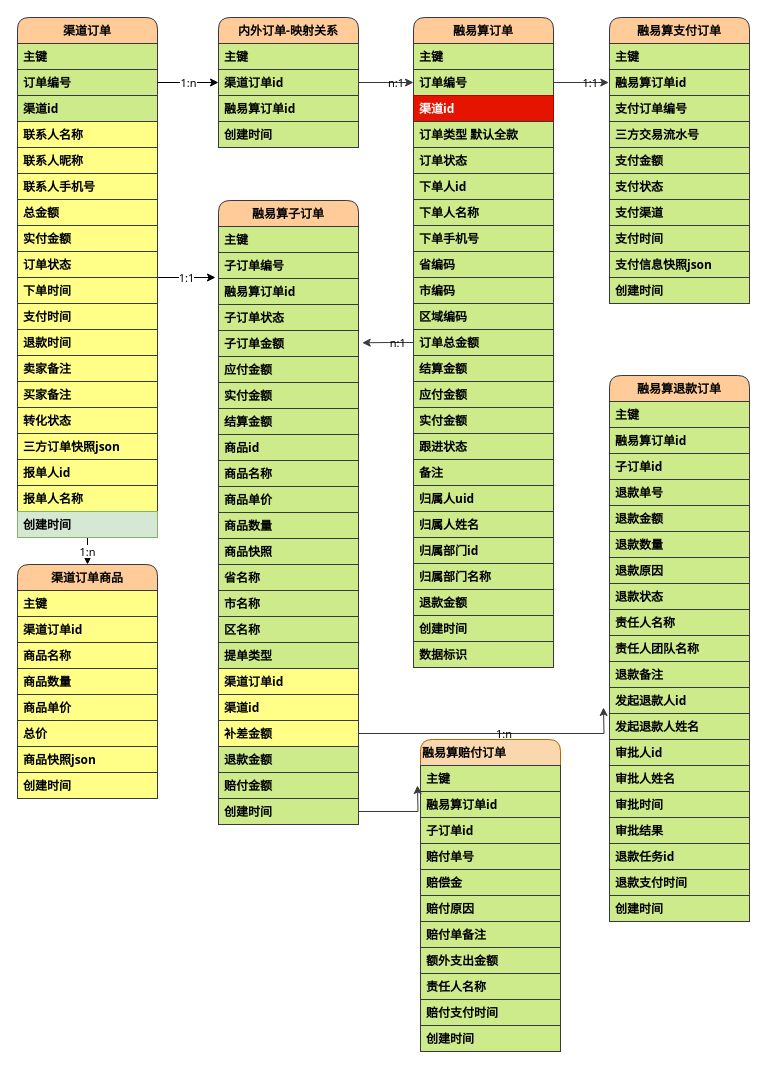
This is 渠道订单DB.drawio from zhaoershuang/flow-chart, a draw.io file, before an edit. Source tidied: cells renumbered, new cells numbered last; positions are measured from the earlier drawing's top-left corner, leaving out a move shared by most shapes. Both pictures are drawn from the tidied source at 100%, with x=0, y=0 at pixel (17, 17).
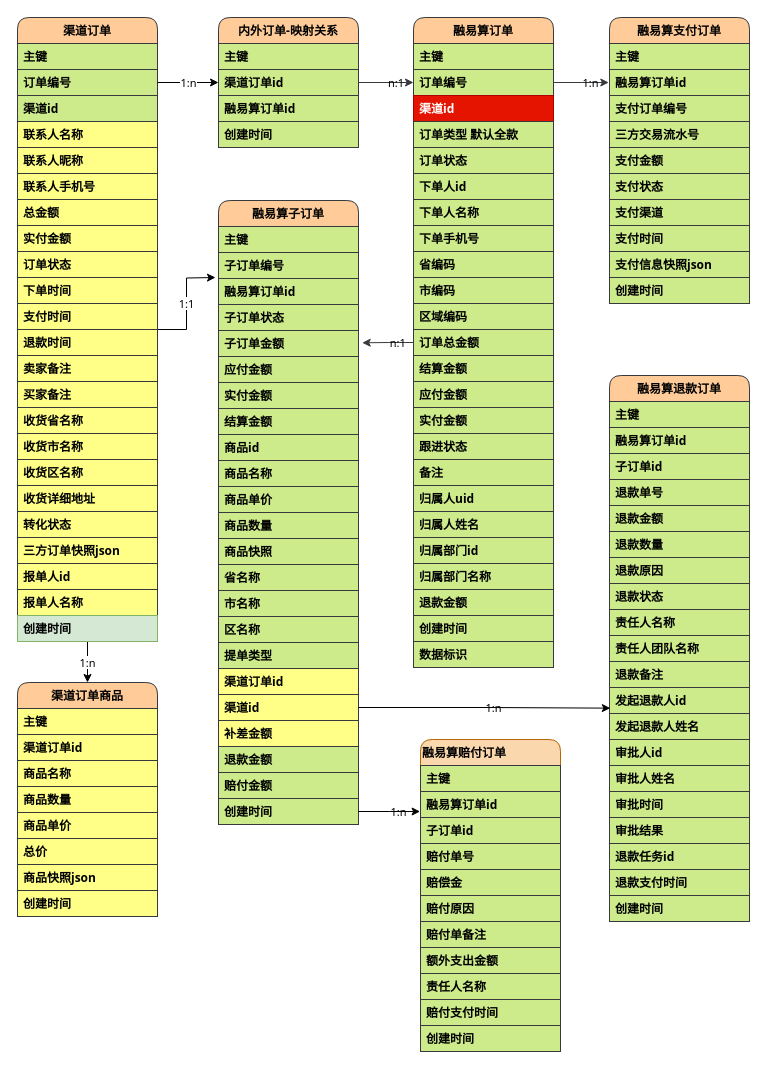
The same diagram, later.

Commit message:
更新渠道订单DB.drawio

Unchanged cells that the change refers to:
```xml
<mxCell id="42" value="订单编号" style="text;align=left;verticalAlign=top;spacingLeft=4;spacingRight=4;overflow=hidden;points=[[0,0.5],[1,0.5]];portConstraint=eastwest;fontStyle=1;fontFamily=Tahoma;fillColor=#cdeb8b;strokeColor=#36393d;labelBackgroundColor=none;labelBorderColor=none;shadow=0;" parent="40" vertex="1">
  <mxGeometry y="52" width="140" height="26" as="geometry" />
</mxCell>
<mxCell id="85" value="渠道id" style="text;align=left;verticalAlign=top;spacingLeft=4;spacingRight=4;overflow=hidden;points=[[0,0.5],[1,0.5]];portConstraint=eastwest;fontStyle=1;fontFamily=Tahoma;fillColor=#ffff88;strokeColor=#36393d;labelBackgroundColor=none;labelBorderColor=none;shadow=0;" parent="66" vertex="1">
  <mxGeometry y="494" width="140" height="26" as="geometry" />
</mxCell>
<mxCell id="86" value="补差金额" style="text;align=left;verticalAlign=top;spacingLeft=4;spacingRight=4;overflow=hidden;points=[[0,0.5],[1,0.5]];portConstraint=eastwest;fontStyle=1;fontFamily=Tahoma;fillColor=#ffff88;strokeColor=#36393d;labelBackgroundColor=none;labelBorderColor=none;shadow=0;" parent="66" vertex="1">
  <mxGeometry y="520" width="140" height="26" as="geometry" />
</mxCell>
<mxCell id="89" value="创建时间" style="text;align=left;verticalAlign=top;spacingLeft=4;spacingRight=4;overflow=hidden;points=[[0,0.5],[1,0.5]];portConstraint=eastwest;fontStyle=1;fontFamily=Tahoma;fillColor=#cdeb8b;strokeColor=#36393d;labelBackgroundColor=none;labelBorderColor=none;shadow=0;" parent="66" vertex="1">
  <mxGeometry y="598" width="140" height="26" as="geometry" />
</mxCell>
<mxCell id="114" value="发起退款人id" style="text;align=left;verticalAlign=top;spacingLeft=4;spacingRight=4;overflow=hidden;points=[[0,0.5],[1,0.5]];portConstraint=eastwest;fontStyle=1;fontFamily=Tahoma;fillColor=#cdeb8b;strokeColor=#36393d;labelBackgroundColor=none;labelBorderColor=none;shadow=0;" parent="102" vertex="1">
  <mxGeometry y="312" width="140" height="26" as="geometry" />
</mxCell>
```

What changed in the source:
```diff
@@
     <mxCell id="4" value="渠道订单" style="swimlane;fontStyle=1;horizontal=1;startSize=26;rounded=1;sketch=0;swimlaneFillColor=none;fontFamily=Tahoma;fillColor=#ffcc99;strokeColor=#36393d;" parent="1" vertex="1">
-      <mxGeometry width="140" height="520" as="geometry" />
+      <mxGeometry width="140" height="624" as="geometry" />
     </mxCell>
@@
+    <mxCell id="137" value="收货省名称" style="text;align=left;verticalAlign=top;spacingLeft=4;spacingRight=4;overflow=hidden;fontStyle=1;fontFamily=Tahoma;fillColor=#ffff88;strokeColor=#36393d;" parent="4" vertex="1">
+      <mxGeometry y="390" width="140" height="26" as="geometry" />
+    </mxCell>
+    <mxCell id="138" value="收货市名称" style="text;align=left;verticalAlign=top;spacingLeft=4;spacingRight=4;overflow=hidden;fontStyle=1;fontFamily=Tahoma;fillColor=#ffff88;strokeColor=#36393d;" parent="4" vertex="1">
+      <mxGeometry y="416" width="140" height="26" as="geometry" />
+    </mxCell>
+    <mxCell id="139" value="收货区名称" style="text;align=left;verticalAlign=top;spacingLeft=4;spacingRight=4;overflow=hidden;fontStyle=1;fontFamily=Tahoma;fillColor=#ffff88;strokeColor=#36393d;" parent="4" vertex="1">
+      <mxGeometry y="442" width="140" height="26" as="geometry" />
+    </mxCell>
+    <mxCell id="140" value="收货详细地址" style="text;align=left;verticalAlign=top;spacingLeft=4;spacingRight=4;overflow=hidden;fontStyle=1;fontFamily=Tahoma;fillColor=#ffff88;strokeColor=#36393d;" parent="4" vertex="1">
+      <mxGeometry y="468" width="140" height="26" as="geometry" />
+    </mxCell>
     <mxCell id="19" value="转化状态" style="text;align=left;verticalAlign=top;spacingLeft=4;spacingRight=4;overflow=hidden;fontStyle=1;fontFamily=Tahoma;fillColor=#ffff88;strokeColor=#36393d;" parent="4" vertex="1">
-      <mxGeometry y="390" width="140" height="26" as="geometry" />
+      <mxGeometry y="494" width="140" height="26" as="geometry" />
     </mxCell>
     <mxCell id="20" value="三方订单快照json" style="text;align=left;verticalAlign=top;spacingLeft=4;spacingRight=4;overflow=hidden;fontStyle=1;fontFamily=Tahoma;fillColor=#ffff88;strokeColor=#36393d;" parent="4" vertex="1">
-      <mxGeometry y="416" width="140" height="26" as="geometry" />
+      <mxGeometry y="520" width="140" height="26" as="geometry" />
     </mxCell>
     <mxCell id="21" value="报单人id" style="text;align=left;verticalAlign=top;spacingLeft=4;spacingRight=4;overflow=hidden;fontStyle=1;fontFamily=Tahoma;fillColor=#ffff88;strokeColor=#36393d;" parent="4" vertex="1">
-      <mxGeometry y="442" width="140" height="26" as="geometry" />
+      <mxGeometry y="546" width="140" height="26" as="geometry" />
     </mxCell>
     <mxCell id="22" value="报单人名称" style="text;align=left;verticalAlign=top;spacingLeft=4;spacingRight=4;overflow=hidden;fontStyle=1;fontFamily=Tahoma;fillColor=#ffff88;strokeColor=#36393d;" parent="4" vertex="1">
-      <mxGeometry y="468" width="140" height="26" as="geometry" />
+      <mxGeometry y="572" width="140" height="26" as="geometry" />
     </mxCell>
     <mxCell id="23" value="创建时间" style="text;align=left;verticalAlign=top;spacingLeft=4;spacingRight=4;overflow=hidden;fontStyle=1;fontFamily=Tahoma;fillColor=#d5e8d4;strokeColor=#82b366;" parent="4" vertex="1">
-      <mxGeometry y="494" width="140" height="26" as="geometry" />
+      <mxGeometry y="598" width="140" height="26" as="geometry" />
     </mxCell>
     <mxCell id="24" value="渠道订单商品" style="swimlane;fontStyle=1;horizontal=1;startSize=26;rounded=1;fontFamily=Tahoma;fillColor=#ffcc99;strokeColor=#36393d;" parent="1" vertex="1">
-      <mxGeometry y="547" width="140" height="234" as="geometry" />
+      <mxGeometry y="665" width="140" height="234" as="geometry" />
     </mxCell>
@@
-    <mxCell id="101" value="1:1" style="edgeStyle=orthogonalEdgeStyle;rounded=0;jettySize=auto;fontFamily=Tahoma;fillColor=#cdeb8b;strokeColor=#36393d;fontStyle=0;align=left;labelBackgroundColor=none;labelBorderColor=none;shadow=0;" parent="1" edge="1" source="42">
+    <mxCell id="101" value="1:n" style="edgeStyle=orthogonalEdgeStyle;rounded=0;jettySize=auto;fontFamily=Tahoma;fillColor=#cdeb8b;strokeColor=#36393d;fontStyle=0;align=left;labelBackgroundColor=none;labelBorderColor=none;shadow=0;" parent="1" edge="1" source="42">
       <mxGeometry relative="1" as="geometry">
         <mxPoint x="591.3" y="65" as="targetPoint" />
       </mxGeometry>
     </mxCell>
@@
-    <mxCell id="135" value="1:n" style="edgeStyle=orthogonalEdgeStyle;rounded=0;jettySize=auto;fontFamily=Tahoma;fillColor=#cdeb8b;strokeColor=#36393d;fontStyle=0;align=left;labelBackgroundColor=none;labelBorderColor=none;shadow=0;" parent="1" edge="1" source="86">
-      <mxGeometry relative="1" as="geometry">
-        <mxPoint x="586" y="690" as="targetPoint" />
-      </mxGeometry>
-    </mxCell>
-    <mxCell id="136" style="edgeStyle=orthogonalEdgeStyle;rounded=0;jettySize=auto;exitX=1;exitY=0.5;exitDx=0;exitDy=0;fontFamily=Tahoma;fillColor=#cdeb8b;strokeColor=#36393d;fontStyle=0;align=left;labelBackgroundColor=none;labelBorderColor=none;shadow=0;" parent="1" edge="1" source="89">
-      <mxGeometry relative="1" as="geometry">
-        <mxPoint x="400" y="768" as="targetPoint" />
-      </mxGeometry>
-    </mxCell>
+    <mxCell id="141" value="1:n" style="edgeStyle=orthogonalEdgeStyle;rounded=0;jettySize=auto;html=0;exitX=1;exitY=0.5;exitDx=0;exitDy=0;entryX=0.006;entryY=0.794;entryDx=0;entryDy=0;entryPerimeter=0;shadow=0;labelBackgroundColor=none;fontFamily=Tahoma;align=left;" parent="1" edge="1" source="85" target="114">
+      <mxGeometry relative="1" as="geometry" />
+    </mxCell>
+    <mxCell id="142" value="1:n" style="edgeStyle=orthogonalEdgeStyle;rounded=0;jettySize=auto;html=0;shadow=0;labelBackgroundColor=none;fontFamily=Tahoma;align=left;" parent="1" edge="1" source="89">
+      <mxGeometry relative="1" as="geometry">
+        <mxPoint x="402.6" y="794" as="targetPoint" />
+      </mxGeometry>
+    </mxCell>
```
